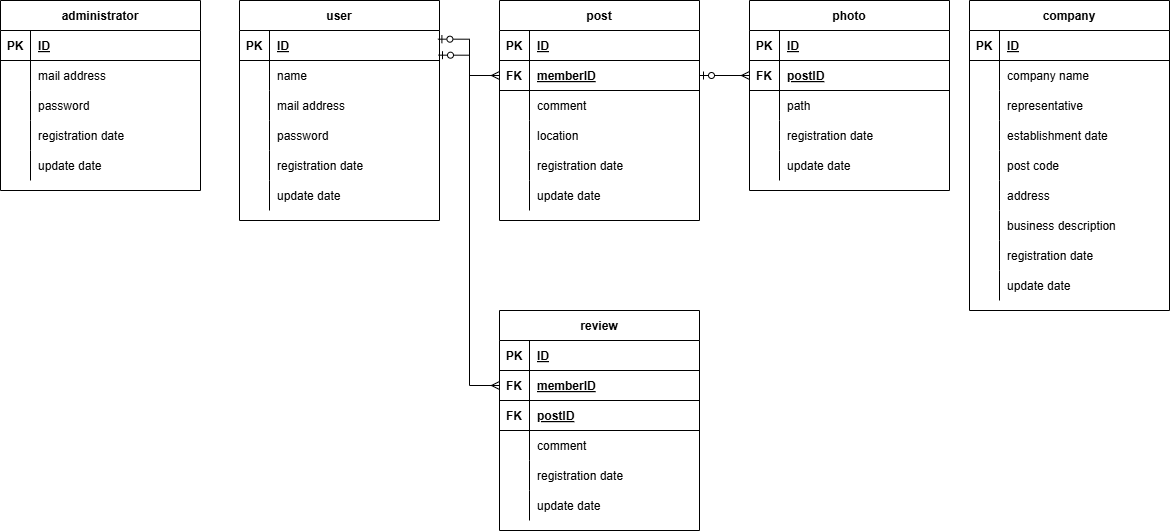
Earlier version of the draw.io export TravelogER図.drawio.png (ISSEI-dot/Travelog). Source tidied: cells renumbered, new cells last; positions are measured from the earlier drawing's top-left corner, leaving out a move shared by most shapes.
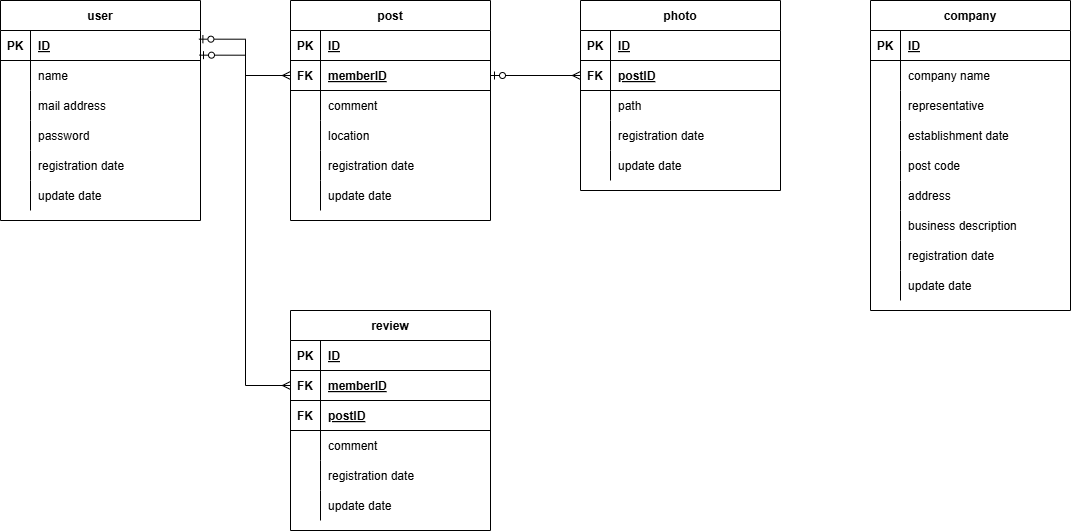
After the commit.

Commit message:
TravelogER図.drawio.png を更新します

What changed in the source:
```diff
@@ -2,56 +2,8 @@
   <root>
     <mxCell id="0" />
     <mxCell id="1" parent="0" />
-    <mxCell id="2" value="administrator" style="shape=table;startSize=30;rowLines=0;fontStyle=1;align=center;" parent="1" vertex="1">
-      <mxGeometry width="200" height="190" as="geometry" />
-    </mxCell>
-    <mxCell id="3" style="shape=partialRectangle;fillColor=none;top=0;left=0;right=0;bottom=1;" parent="2" vertex="1">
-      <mxGeometry y="30" width="200" height="30" as="geometry" />
-    </mxCell>
-    <mxCell id="4" value="PK" style="shape=partialRectangle;overflow=hidden;fillColor=none;top=0;left=0;bottom=0;right=0;fontStyle=1;" parent="3" vertex="1">
-      <mxGeometry width="30" height="30" as="geometry" />
-    </mxCell>
-    <mxCell id="5" value="ID" style="shape=partialRectangle;overflow=hidden;fillColor=none;top=0;left=0;bottom=0;right=0;align=left;spacingLeft=6;fontStyle=5;" parent="3" vertex="1">
-      <mxGeometry x="30" width="170" height="30" as="geometry" />
-    </mxCell>
-    <mxCell id="6" style="shape=partialRectangle;fillColor=none;top=0;left=0;right=0;bottom=0;" parent="2" vertex="1">
-      <mxGeometry y="60" width="200" height="30" as="geometry" />
-    </mxCell>
-    <mxCell id="7" style="shape=partialRectangle;overflow=hidden;fillColor=none;top=0;left=0;bottom=0;right=0;" parent="6" vertex="1">
-      <mxGeometry width="30" height="30" as="geometry" />
-    </mxCell>
-    <mxCell id="8" value="mail address" style="shape=partialRectangle;overflow=hidden;fillColor=none;top=0;left=0;bottom=0;right=0;align=left;spacingLeft=6;" parent="6" vertex="1">
-      <mxGeometry x="30" width="170" height="30" as="geometry" />
-    </mxCell>
-    <mxCell id="9" style="shape=partialRectangle;fillColor=none;top=0;left=0;right=0;bottom=0;" parent="2" vertex="1">
-      <mxGeometry y="90" width="200" height="30" as="geometry" />
-    </mxCell>
-    <mxCell id="10" style="shape=partialRectangle;overflow=hidden;fillColor=none;top=0;left=0;bottom=0;right=0;" parent="9" vertex="1">
-      <mxGeometry width="30" height="30" as="geometry" />
-    </mxCell>
-    <mxCell id="11" value="password" style="shape=partialRectangle;overflow=hidden;fillColor=none;top=0;left=0;bottom=0;right=0;align=left;spacingLeft=6;" parent="9" vertex="1">
-      <mxGeometry x="30" width="170" height="30" as="geometry" />
-    </mxCell>
-    <mxCell id="12" style="shape=partialRectangle;fillColor=none;top=0;left=0;right=0;bottom=0;" parent="2" vertex="1">
-      <mxGeometry y="120" width="200" height="30" as="geometry" />
-    </mxCell>
-    <mxCell id="13" style="shape=partialRectangle;overflow=hidden;fillColor=none;top=0;left=0;bottom=0;right=0;" parent="12" vertex="1">
-      <mxGeometry width="30" height="30" as="geometry" />
-    </mxCell>
-    <mxCell id="14" value="registration date" style="shape=partialRectangle;overflow=hidden;fillColor=none;top=0;left=0;bottom=0;right=0;align=left;spacingLeft=6;" parent="12" vertex="1">
-      <mxGeometry x="30" width="170" height="30" as="geometry" />
-    </mxCell>
-    <mxCell id="15" style="shape=partialRectangle;fillColor=none;top=0;left=0;right=0;bottom=0;" parent="2" vertex="1">
-      <mxGeometry y="150" width="200" height="30" as="geometry" />
-    </mxCell>
-    <mxCell id="16" style="shape=partialRectangle;overflow=hidden;fillColor=none;top=0;left=0;bottom=0;right=0;" parent="15" vertex="1">
-      <mxGeometry width="30" height="30" as="geometry" />
-    </mxCell>
-    <mxCell id="17" value="update date" style="shape=partialRectangle;overflow=hidden;fillColor=none;top=0;left=0;bottom=0;right=0;align=left;spacingLeft=6;" parent="15" vertex="1">
-      <mxGeometry x="30" width="170" height="30" as="geometry" />
-    </mxCell>
     <mxCell id="18" value="user" style="shape=table;startSize=30;rowLines=0;fontStyle=1;align=center;" parent="1" vertex="1">
-      <mxGeometry x="239" width="200" height="220" as="geometry" />
+      <mxGeometry x="59" width="200" height="220" as="geometry" />
     </mxCell>
     <mxCell id="19" style="shape=partialRectangle;fillColor=none;points=[[0,0.5],[1,0.5]];portConstraint=eastwest;top=0;left=0;right=0;bottom=1;" parent="18" vertex="1">
       <mxGeometry y="30" width="200" height="30" as="geometry" />
@@ -108,7 +60,7 @@
       <mxGeometry x="30" width="170" height="30" as="geometry" />
     </mxCell>
     <mxCell id="37" value="post" style="shape=table;startSize=30;rowLines=0;fontStyle=1;align=center;" parent="1" vertex="1">
-      <mxGeometry x="499" width="200" height="220" as="geometry" />
+      <mxGeometry x="349" width="200" height="220" as="geometry" />
     </mxCell>
     <mxCell id="38" style="shape=partialRectangle;fillColor=none;top=0;left=0;right=0;bottom=1;" parent="37" vertex="1">
       <mxGeometry y="30" width="200" height="30" as="geometry" />
@@ -165,7 +117,7 @@
       <mxGeometry x="30" width="170" height="30" as="geometry" />
     </mxCell>
     <mxCell id="56" value="company" style="shape=table;startSize=30;rowLines=0;fontStyle=1;align=center;" parent="1" vertex="1">
-      <mxGeometry x="969" width="200" height="310" as="geometry" />
+      <mxGeometry x="929" width="200" height="310" as="geometry" />
     </mxCell>
     <mxCell id="57" style="shape=partialRectangle;fillColor=none;top=0;left=0;right=0;bottom=1;" parent="56" vertex="1">
       <mxGeometry y="30" width="200" height="30" as="geometry" />
@@ -252,7 +204,7 @@
       <mxGeometry relative="1" as="geometry" />
     </mxCell>
     <mxCell id="85" value="review" style="shape=table;startSize=30;rowLines=0;fontStyle=1;align=center;" parent="1" vertex="1">
-      <mxGeometry x="499" y="310" width="200" height="220" as="geometry" />
+      <mxGeometry x="349" y="310" width="200" height="220" as="geometry" />
     </mxCell>
     <mxCell id="86" style="shape=partialRectangle;fillColor=none;top=0;left=0;right=0;bottom=1;" parent="85" vertex="1">
       <mxGeometry y="30" width="200" height="30" as="geometry" />
@@ -309,7 +261,7 @@
       <mxGeometry x="30" width="170" height="30" as="geometry" />
     </mxCell>
     <mxCell id="104" value="photo" style="shape=table;startSize=30;rowLines=0;fontStyle=1;align=center;" parent="1" vertex="1">
-      <mxGeometry x="749" width="200" height="190" as="geometry" />
+      <mxGeometry x="639" width="200" height="190" as="geometry" />
     </mxCell>
     <mxCell id="105" style="shape=partialRectangle;fillColor=none;top=0;left=0;right=0;bottom=1;" parent="104" vertex="1">
       <mxGeometry y="30" width="200" height="30" as="geometry" />
```
